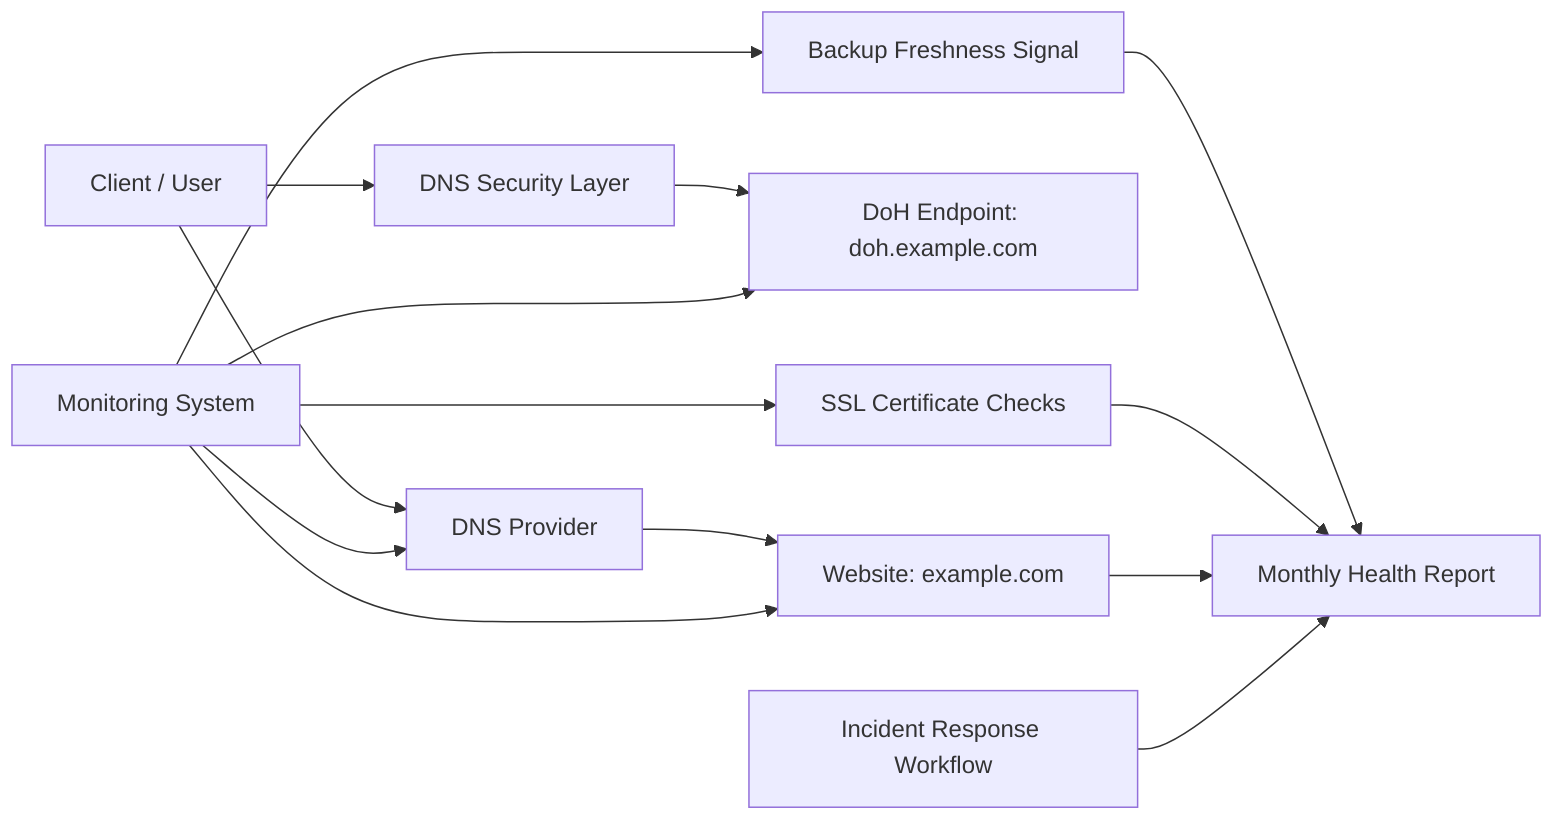
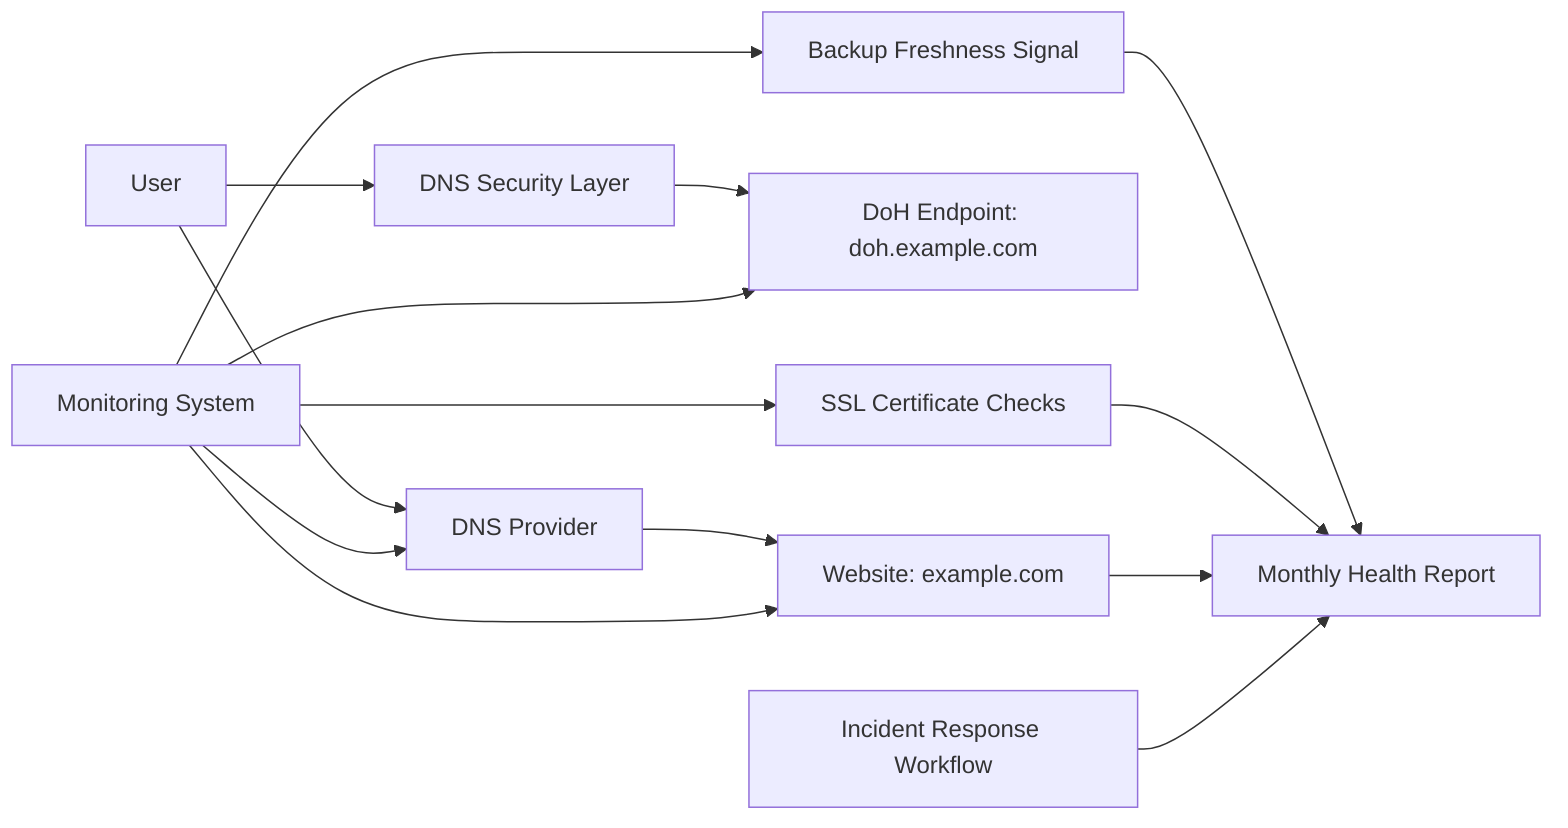
flowchart LR
-     Client["Client / User"] --> DNS["DNS Provider"]
+     User["User"] --> DNS["DNS Provider"]
    DNS --> Website["Website: example.com"]
-     Client --> Resolver["DNS Security Layer"]
+     User --> Resolver["DNS Security Layer"]
    Resolver --> DoH["DoH Endpoint: doh.example.com"]
    Monitor["Monitoring System"] --> Website
    Monitor --> DNS
    Monitor --> DoH
    Monitor --> Cert["SSL Certificate Checks"]
    Monitor --> Backup["Backup Freshness Signal"]
    Backup --> Report["Monthly Health Report"]
    Cert --> Report
    Website --> Report
    Incident["Incident Response Workflow"] --> Report
